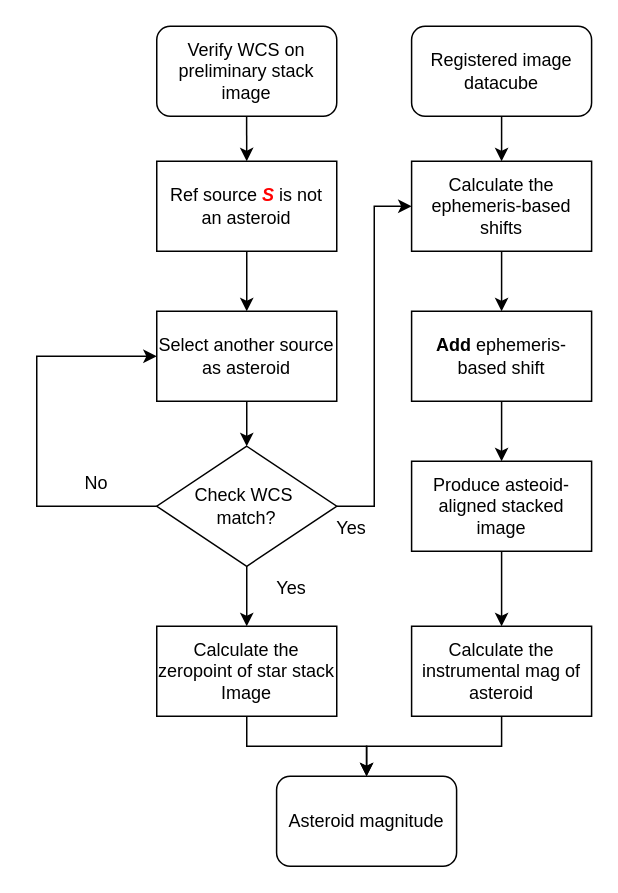
Above: ThirdWrokFlow.drawio in chaorun/TNTPhotometry (draw.io), before the change. Source tidied: cells renumbered, new cells numbered last; positions are measured from the earlier drawing's top-left corner, leaving out a move shared by most shapes. Both pictures are drawn from the tidied source at 150%, with x=0, y=0 at pixel (36, 26).
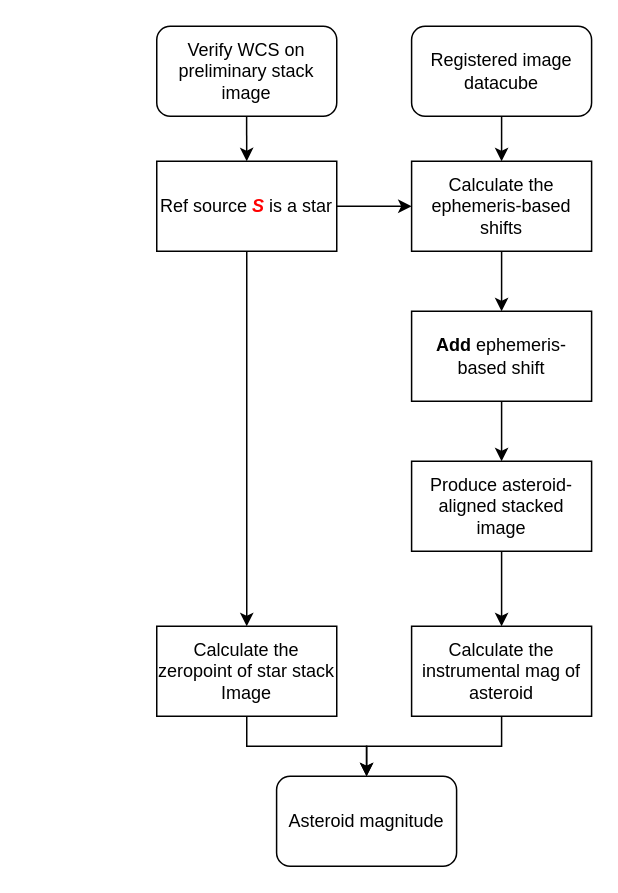
The same page after the edit.

The change refers to these unchanged cells:
```xml
<mxCell id="7" value="Calculate the zeropoint of star stack Image" style="rounded=0;whiteSpace=wrap;html=1;" parent="1" vertex="1">
  <mxGeometry x="80" y="400" width="120" height="60" as="geometry" />
</mxCell>
<mxCell id="25" value="Calculate the ephemeris-based shifts" style="rounded=0;whiteSpace=wrap;html=1;" parent="1" vertex="1">
  <mxGeometry x="249.9" y="90" width="120" height="60" as="geometry" />
</mxCell>
```

Diff of the diagram source:
```diff
@@
-    <mxCell id="2" style="edgeStyle=orthogonalEdgeStyle;rounded=0;jettySize=auto;html=1;entryX=0.5;entryY=0;entryDx=0;entryDy=0;" parent="1" edge="1" source="3" target="18">
+    <mxCell id="2" style="edgeStyle=orthogonalEdgeStyle;rounded=0;jettySize=auto;html=1;entryX=0.5;entryY=0;entryDx=0;entryDy=0;" parent="1" edge="1" source="3" target="7">
       <mxGeometry relative="1" as="geometry" />
     </mxCell>
-    <mxCell id="3" value="&lt;div&gt;Ref source&amp;nbsp;&lt;b style=&quot;background-color: transparent; color: light-dark(rgb(0, 0, 0), rgb(255, 255, 255));&quot;&gt;&lt;i&gt;&lt;font style=&quot;color: rgb(255, 0, 0);&quot;&gt;S&amp;nbsp;&lt;/font&gt;&lt;/i&gt;&lt;/b&gt;&lt;span style=&quot;background-color: transparent; color: light-dark(rgb(0, 0, 0), rgb(255, 255, 255));&quot;&gt;is not an asteroid&lt;/span&gt;&lt;/div&gt;" style="rounded=0;whiteSpace=wrap;html=1;" parent="1" vertex="1">
+    <mxCell id="3" value="&lt;div&gt;Ref source&amp;nbsp;&lt;b style=&quot;background-color: transparent; color: light-dark(rgb(0, 0, 0), rgb(255, 255, 255));&quot;&gt;&lt;i&gt;&lt;font style=&quot;color: rgb(255, 0, 0);&quot;&gt;S&amp;nbsp;&lt;/font&gt;&lt;/i&gt;&lt;/b&gt;&lt;span style=&quot;background-color: transparent; color: light-dark(rgb(0, 0, 0), rgb(255, 255, 255));&quot;&gt;is a star&lt;/span&gt;&lt;/div&gt;" style="rounded=0;whiteSpace=wrap;html=1;" parent="1" vertex="1">
       <mxGeometry x="80" y="90" width="120" height="60" as="geometry" />
     </mxCell>
@@
-    <mxCell id="10" value="Produce asteoid-aligned stacked image" style="rounded=0;whiteSpace=wrap;html=1;" parent="1" vertex="1">
+    <mxCell id="10" value="Produce asteroid-aligned stacked image" style="rounded=0;whiteSpace=wrap;html=1;" parent="1" vertex="1">
       <mxGeometry x="249.9" y="290" width="120" height="60" as="geometry" />
     </mxCell>
@@
-    <mxCell id="17" style="edgeStyle=orthogonalEdgeStyle;rounded=0;jettySize=auto;html=1;entryX=0.5;entryY=0;entryDx=0;entryDy=0;" parent="1" edge="1" source="18" target="22">
-      <mxGeometry relative="1" as="geometry" />
-    </mxCell>
-    <mxCell id="18" value="Select another source as asteroid" style="rounded=0;whiteSpace=wrap;html=1;" parent="1" vertex="1">
-      <mxGeometry x="80" y="190" width="120" height="60" as="geometry" />
-    </mxCell>
-    <mxCell id="19" style="edgeStyle=orthogonalEdgeStyle;rounded=0;jettySize=auto;html=1;entryX=0;entryY=0.5;entryDx=0;entryDy=0;" parent="1" edge="1" source="22" target="18">
-      <mxGeometry relative="1" as="geometry">
-        <Array as="points">
-          <mxPoint y="320" />
-          <mxPoint y="220" />
-        </Array>
-      </mxGeometry>
-    </mxCell>
-    <mxCell id="20" style="edgeStyle=orthogonalEdgeStyle;rounded=0;jettySize=auto;html=1;entryX=0;entryY=0.5;entryDx=0;entryDy=0;" parent="1" edge="1" source="22" target="25">
+    <mxCell id="20" style="edgeStyle=orthogonalEdgeStyle;rounded=0;jettySize=auto;html=1;entryX=0;entryY=0.5;entryDx=0;entryDy=0;exitX=1;exitY=0.5;exitDx=0;exitDy=0;" parent="1" edge="1" source="3" target="25">
       <mxGeometry relative="1" as="geometry" />
     </mxCell>
-    <mxCell id="21" style="edgeStyle=orthogonalEdgeStyle;rounded=0;jettySize=auto;html=1;entryX=0.5;entryY=0;entryDx=0;entryDy=0;" parent="1" edge="1" source="22" target="7">
-      <mxGeometry relative="1" as="geometry" />
-    </mxCell>
-    <mxCell id="22" value="Check WCS&amp;nbsp;&lt;div&gt;match?&lt;/div&gt;" style="rhombus;whiteSpace=wrap;html=1;" parent="1" vertex="1">
-      <mxGeometry x="80" y="280" width="120" height="80" as="geometry" />
-    </mxCell>
-    <mxCell id="23" value="No" style="text;html=1;whiteSpace=wrap;strokeColor=none;fillColor=none;align=center;verticalAlign=middle;rounded=0;" parent="1" vertex="1">
-      <mxGeometry x="10" y="290" width="60" height="30" as="geometry" />
-    </mxCell>
@@
-    <mxCell id="26" value="Yes" style="text;html=1;whiteSpace=wrap;strokeColor=none;fillColor=none;align=center;verticalAlign=middle;rounded=0;" parent="1" vertex="1">
-      <mxGeometry x="179.9" y="320" width="60" height="30" as="geometry" />
-    </mxCell>
-    <mxCell id="27" value="Yes" style="text;html=1;whiteSpace=wrap;strokeColor=none;fillColor=none;align=center;verticalAlign=middle;rounded=0;" parent="1" vertex="1">
-      <mxGeometry x="139.9" y="360" width="60" height="30" as="geometry" />
-    </mxCell>
```
